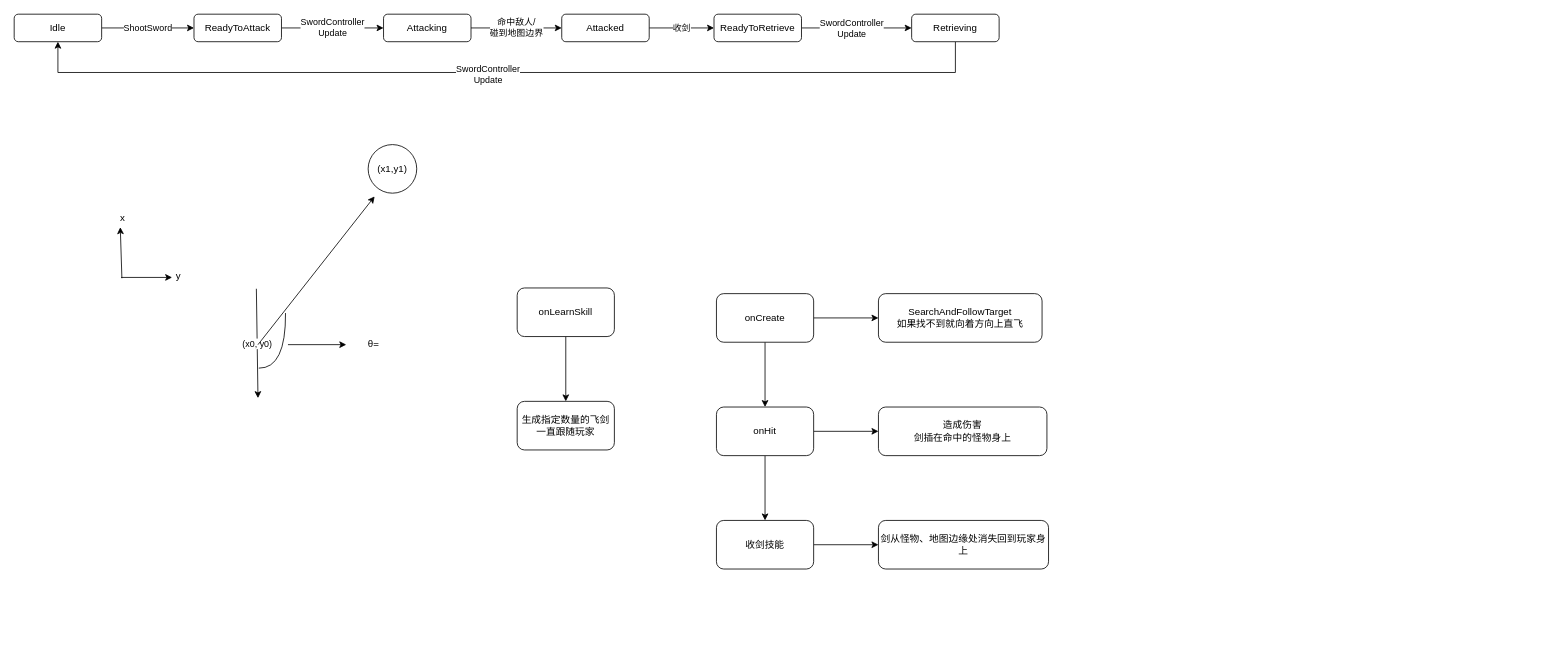
Above: page "Sword" (8 of 11) of WarmWater.drawio in lancelodliu/draw.io (draw.io), before the change. Source tidied: cells renumbered, new cells numbered last; positions are measured from the earlier drawing's top-left corner, leaving out a move shared by most shapes. Both pictures are drawn from the tidied source at 81%, with x=0, y=0 at pixel (14, 14).
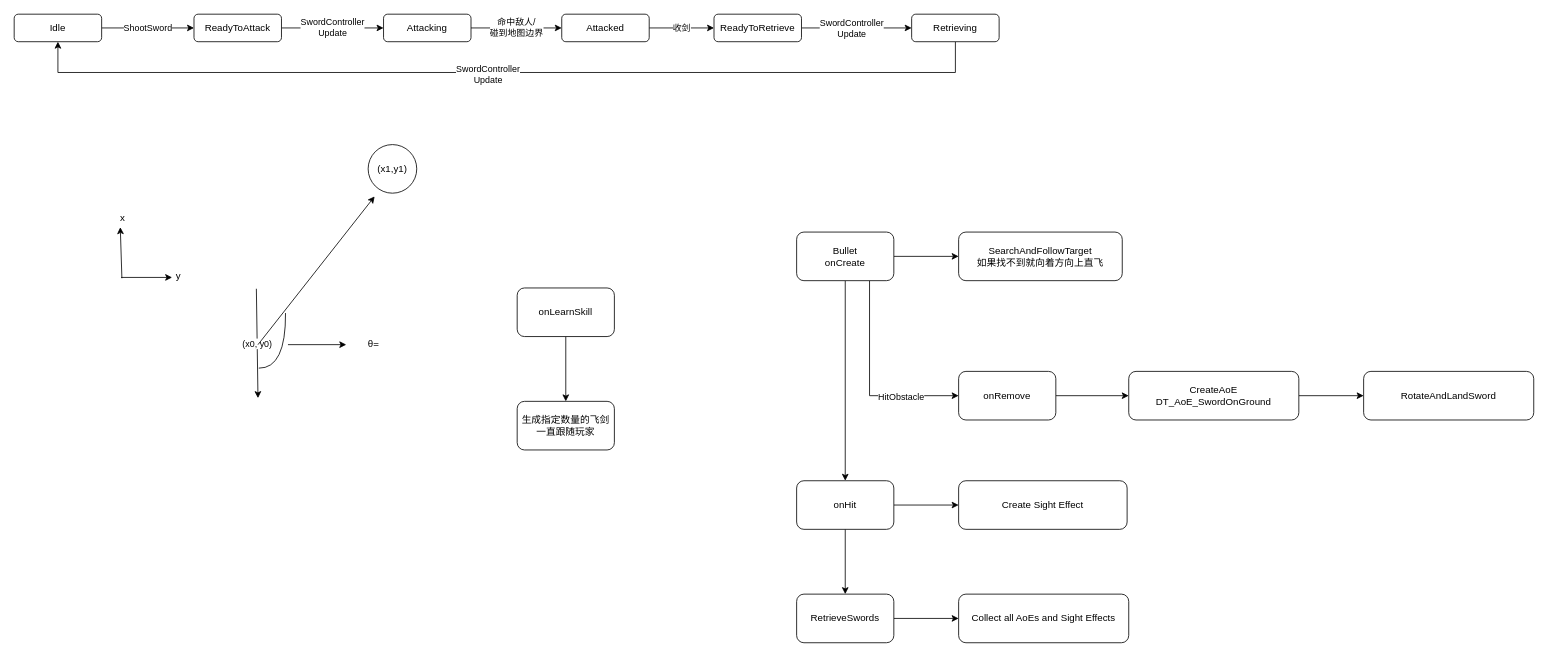
The same diagram, later.

Change to the diagram source:
```diff
@@
+    <mxCell id="40" value="HitObstacle" style="edgeStyle=orthogonalEdgeStyle;rounded=0;jettySize=auto;html=1;exitX=0.75;exitY=1;exitDx=0;exitDy=0;entryX=0;entryY=0.5;entryDx=0;entryDy=0;" parent="1" edge="1" source="28" target="42">
+      <mxGeometry x="0.44" y="-2" relative="1" as="geometry" />
+    </mxCell>
-    <mxCell id="28" value="onCreate" style="rounded=1;whiteSpace=wrap;html=1;" parent="1" vertex="1">
-      <mxGeometry x="867" y="345" width="120" height="60" as="geometry" />
+    <mxCell id="28" value="&lt;div&gt;Bullet&lt;/div&gt;onCreate" style="rounded=1;whiteSpace=wrap;html=1;" parent="1" vertex="1">
+      <mxGeometry x="966" y="269" width="120" height="60" as="geometry" />
     </mxCell>
     <mxCell id="29" value="SearchAndFollowTarget&lt;div&gt;如果找不到就向着方向上直飞&lt;/div&gt;" style="rounded=1;whiteSpace=wrap;html=1;" parent="1" vertex="1">
-      <mxGeometry x="1067" y="345" width="202" height="60" as="geometry" />
+      <mxGeometry x="1166" y="269" width="202" height="60" as="geometry" />
     </mxCell>
@@
     <mxCell id="32" value="onHit" style="rounded=1;whiteSpace=wrap;html=1;" parent="1" vertex="1">
-      <mxGeometry x="867" y="485" width="120" height="60" as="geometry" />
+      <mxGeometry x="966" y="576" width="120" height="60" as="geometry" />
     </mxCell>
-    <mxCell id="33" value="造成伤害&lt;div&gt;剑插在命中的怪物身上&lt;/div&gt;" style="rounded=1;whiteSpace=wrap;html=1;" parent="1" vertex="1">
-      <mxGeometry x="1067" y="485" width="208" height="60" as="geometry" />
+    <mxCell id="33" value="Create Sight Effect" style="rounded=1;whiteSpace=wrap;html=1;" parent="1" vertex="1">
+      <mxGeometry x="1166" y="576" width="208" height="60" as="geometry" />
     </mxCell>
@@
-    <mxCell id="35" value="收剑技能" style="rounded=1;whiteSpace=wrap;html=1;" parent="1" vertex="1">
-      <mxGeometry x="867" y="625" width="120" height="60" as="geometry" />
+    <mxCell id="35" value="RetrieveSwords" style="rounded=1;whiteSpace=wrap;html=1;" parent="1" vertex="1">
+      <mxGeometry x="966" y="716" width="120" height="60" as="geometry" />
     </mxCell>
-    <mxCell id="36" value="剑从怪物、地图边缘处消失回到玩家身上" style="rounded=1;whiteSpace=wrap;html=1;" parent="1" vertex="1">
-      <mxGeometry x="1067" y="625" width="210" height="60" as="geometry" />
+    <mxCell id="36" value="Collect all AoEs and Sight Effects" style="rounded=1;whiteSpace=wrap;html=1;" parent="1" vertex="1">
+      <mxGeometry x="1166" y="716" width="210" height="60" as="geometry" />
     </mxCell>
@@
+    <mxCell id="41" style="edgeStyle=orthogonalEdgeStyle;rounded=0;jettySize=auto;html=1;" parent="1" edge="1" source="42" target="44">
+      <mxGeometry relative="1" as="geometry" />
+    </mxCell>
+    <mxCell id="42" value="onRemove" style="rounded=1;whiteSpace=wrap;html=1;" parent="1" vertex="1">
+      <mxGeometry x="1166" y="441" width="120" height="60" as="geometry" />
+    </mxCell>
+    <mxCell id="43" style="edgeStyle=orthogonalEdgeStyle;rounded=0;jettySize=auto;html=1;" parent="1" edge="1" source="44" target="45">
+      <mxGeometry relative="1" as="geometry" />
+    </mxCell>
+    <mxCell id="44" value="CreateAoE&lt;div&gt;DT_AoE_SwordOnGround&lt;br&gt;&lt;/div&gt;" style="rounded=1;whiteSpace=wrap;html=1;" parent="1" vertex="1">
+      <mxGeometry x="1376" y="441" width="210" height="60" as="geometry" />
+    </mxCell>
+    <mxCell id="45" value="&lt;div&gt;RotateAndLandSword&lt;br&gt;&lt;/div&gt;" style="rounded=1;whiteSpace=wrap;html=1;" parent="1" vertex="1">
+      <mxGeometry x="1666" y="441" width="210" height="60" as="geometry" />
+    </mxCell>
```
